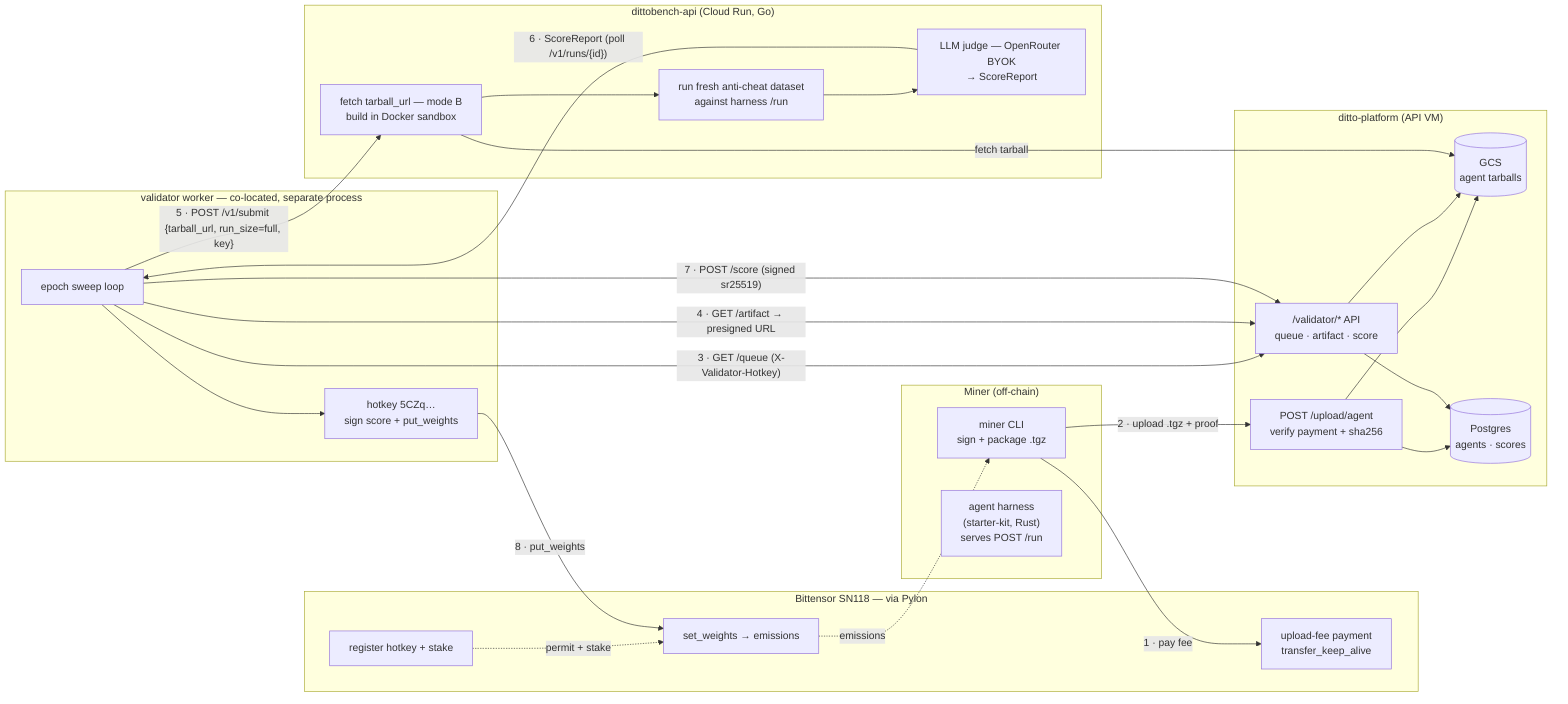
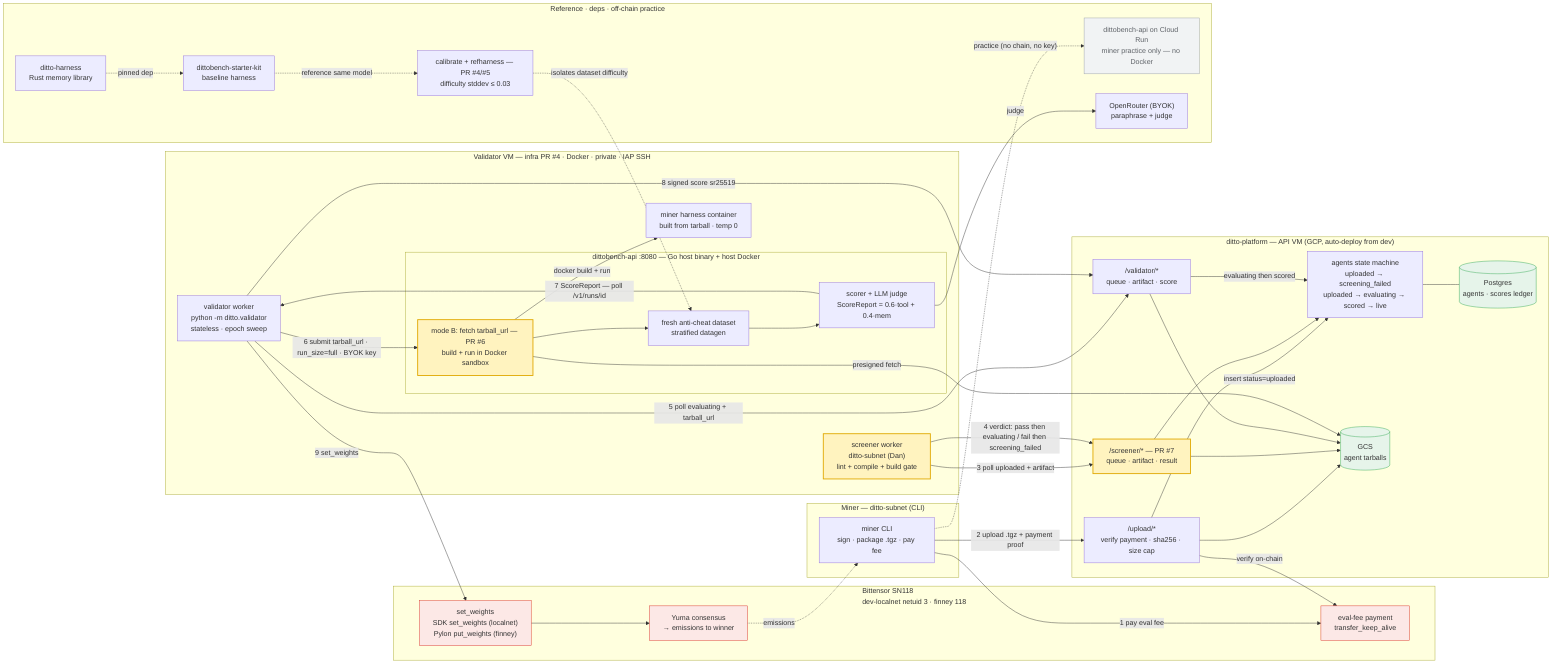
+ %%{init: {"flowchart": {"htmlLabels": true, "nodeSpacing": 45, "rankSpacing": 55, "curve": "basis"}} }%%
flowchart LR
-     subgraph Miner["Miner (off-chain)"]
-         MCLI["miner CLI<br/>sign + package .tgz"]
-         MH["agent harness<br/>(starter-kit, Rust)<br/>serves POST /run"]
+     classDef new fill:#fff3bf,stroke:#e0a800,stroke-width:2px;
+     classDef store fill:#e6f4ea,stroke:#34a853;
+     classDef chain fill:#fce8e6,stroke:#d93025;
+     classDef practice fill:#f1f3f4,stroke:#9aa0a6,color:#5f6368;
+ 
+     subgraph Miner["Miner — ditto-subnet (CLI)"]
+         MCLI["miner CLI<br/>sign · package .tgz · pay fee"]
    end

-     subgraph Chain["Bittensor SN118 — via Pylon"]
-         REG["register hotkey + stake"]
-         PAY["upload-fee payment<br/>transfer_keep_alive"]
-         WEIGHTS["set_weights → emissions"]
+     subgraph Chain["Bittensor SN118<br/>dev-localnet netuid 3 · finney 118"]
+         PAY["eval-fee payment<br/>transfer_keep_alive"]:::chain
+         WEIGHTS["set_weights<br/>SDK set_weights (localnet)<br/>Pylon put_weights (finney)"]:::chain
+         YUMA["Yuma consensus<br/>→ emissions to winner"]:::chain
+         WEIGHTS --> YUMA
    end

-     subgraph Platform["ditto-platform (API VM)"]
-         UP["POST /upload/agent<br/>verify payment + sha256"]
-         S3[("GCS<br/>agent tarballs")]
-         PG[("Postgres<br/>agents · scores")]
-         VAPI["/validator/* API<br/>queue · artifact · score"]
+     subgraph Platform["ditto-platform — API VM (GCP, auto-deploy from dev)"]
+         UP["/upload/*<br/>verify payment · sha256 · size cap"]
+         SAPI["/screener/*  — PR #7<br/>queue · artifact · result"]:::new
+         VAPI["/validator/*<br/>queue · artifact · score"]
+         SM["agents state machine<br/>uploaded → screening_failed<br/>uploaded → evaluating → scored → live"]
+         S3[("GCS<br/>agent tarballs")]:::store
+         PG[("Postgres<br/>agents · scores ledger")]:::store
    end

-     subgraph Worker["validator worker — co-located, separate process"]
-         LOOP["epoch sweep loop"]
-         WSIGN["hotkey 5CZq…<br/>sign score + put_weights"]
+     subgraph VM["Validator VM — infra PR #4 · Docker · private · IAP SSH"]
+         SW["screener worker<br/>ditto-subnet (Dan)<br/>lint + compile + build gate"]:::new
+         VW["validator worker<br/>python -m ditto.validator<br/>stateless · epoch sweep"]
+         subgraph DBench["dittobench-api :8080 — Go host binary + host Docker"]
+             FETCH["mode B: fetch tarball_url — PR #6<br/>build + run in Docker sandbox"]:::new
+             RUN["fresh anti-cheat dataset<br/>stratified datagen"]
+             JUDGE["scorer + LLM judge<br/>ScoreReport = 0.6·tool + 0.4·mem"]
+         end
+         HC["miner harness container<br/>built from tarball · temp 0"]
    end

-     subgraph Bench["dittobench-api (Cloud Run, Go)"]
-         FETCH["fetch tarball_url — mode B<br/>build in Docker sandbox"]
-         RUN["run fresh anti-cheat dataset<br/>against harness /run"]
-         JUDGE["LLM judge — OpenRouter BYOK<br/>→ ScoreReport"]
+     subgraph Ref["Reference · deps · off-chain practice"]
+         HARNESS["ditto-harness<br/>Rust memory library"]
+         SK["dittobench-starter-kit<br/>baseline harness"]
+         CAL["calibrate + refharness — PR #4/#5<br/>difficulty stddev ≤ 0.03"]
+         CR["dittobench-api on Cloud Run<br/>miner practice only — no Docker"]:::practice
+         OR["OpenRouter (BYOK)<br/>paraphrase + judge"]
    end

-     MCLI -->|"1 · pay fee"| PAY
-     MCLI -->|"2 · upload .tgz + proof"| UP
+     %% 1-2 upload
+     MCLI -->|"1 pay eval fee"| PAY
+     MCLI -->|"2 upload .tgz + payment proof"| UP
+     UP -->|"verify on-chain"| PAY
    UP --> S3
-     UP --> PG
-     REG -.->|permit + stake| WEIGHTS
+     UP -->|"insert status=uploaded"| SM

-     LOOP -->|"3 · GET /queue (X-Validator-Hotkey)"| VAPI
-     LOOP -->|"4 · GET /artifact → presigned URL"| VAPI
+     %% 3-4 screen / promote (NEW — was manual)
+     SW -->|"3 poll uploaded + artifact"| SAPI
+     SAPI --> S3
+     SW -->|"4 verdict: pass then evaluating / fail then screening_failed"| SAPI
+     SAPI --> SM
+ 
+     %% 5-8 evaluate
+     VW -->|"5 poll evaluating + tarball_url"| VAPI
    VAPI --> S3
-     LOOP -->|"5 · POST /v1/submit {tarball_url, run_size=full, key}"| FETCH
-     FETCH -->|fetch tarball| S3
+     VW -->|"6 submit tarball_url · run_size=full · BYOK key"| FETCH
+     FETCH -->|"presigned fetch"| S3
+     FETCH -->|"docker build + run"| HC
    FETCH --> RUN --> JUDGE
-     JUDGE -->|"6 · ScoreReport (poll /v1/runs/{id})"| LOOP
-     LOOP -->|"7 · POST /score (signed sr25519)"| VAPI
-     VAPI --> PG
-     LOOP --> WSIGN -->|"8 · put_weights"| WEIGHTS
-     WEIGHTS -.->|emissions| MCLI
+     JUDGE -->|"judge"| OR
+     JUDGE -->|"7 ScoreReport — poll /v1/runs/id"| VW
+     VW -->|"8 signed score sr25519"| VAPI
+     VAPI -->|"evaluating then scored"| SM
+ 
+     %% 9 weights
+     VW -->|"9 set_weights"| WEIGHTS
+     YUMA -.->|"emissions"| MCLI
+ 
+     SM --- PG
+ 
+     %% deps + calibration
+     HARNESS -.->|"pinned dep"| SK
+     SK -.->|"reference same model"| CAL
+     CAL -.->|"isolates dataset difficulty"| RUN
+     MCLI -.->|"practice (no chain, no key)"| CR
